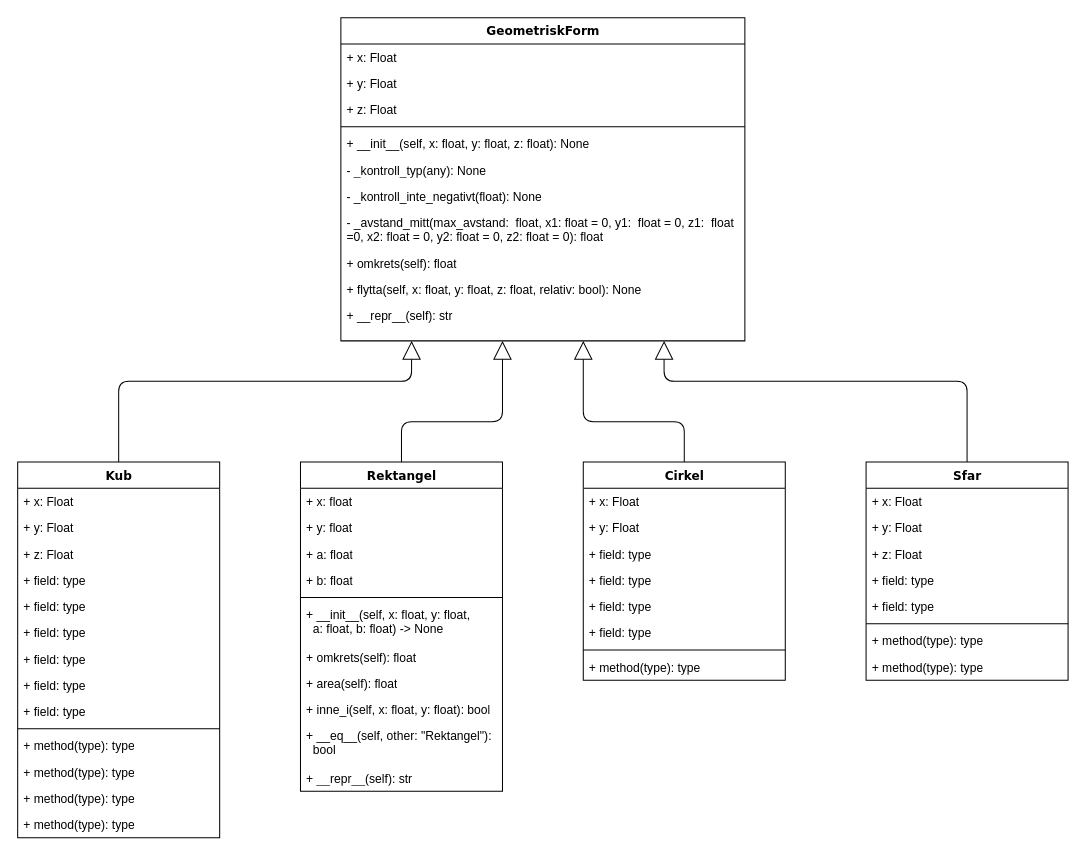
The draw.io diagram Labs/Lab3/Untitled Diagram.drawio in Erik-M-Larsson/python-programming-Erik-Larsson, before the edit. Source tidied: cells renumbered, new cells numbered last; positions are measured from the earlier drawing's top-left corner, leaving out a move shared by most shapes. Both pictures are drawn from the tidied source at 101%, with x=0, y=0 at pixel (17, 17).
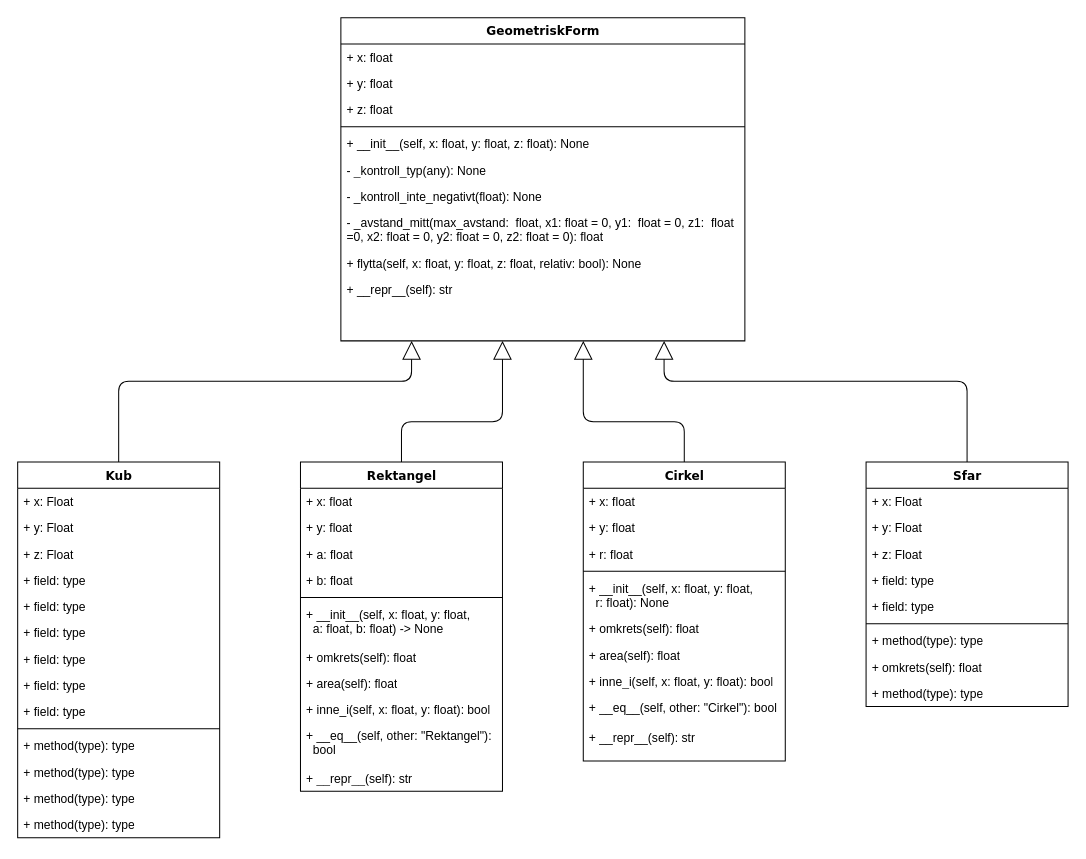
The same diagram, later.

Unchanged cells that the change refers to:
```xml
<mxCell id="2" value="GeometriskForm" style="swimlane;html=1;fontStyle=1;align=center;verticalAlign=top;horizontal=1;startSize=26;swimlaneFillColor=#ffffff;rounded=0;shadow=0;comic=0;labelBackgroundColor=none;strokeWidth=1;fillColor=none;fontFamily=Verdana;fontSize=12;" parent="1" vertex="1">
  <mxGeometry x="320" width="400" height="320" as="geometry" />
</mxCell>
```

Change to the diagram source:
```diff
@@
-    <mxCell id="3" value="+ x: Float" style="text;html=1;strokeColor=none;fillColor=none;align=left;verticalAlign=top;spacingLeft=4;spacingRight=4;whiteSpace=wrap;overflow=hidden;" parent="2" vertex="1">
+    <mxCell id="3" value="+ x: float" style="text;html=1;strokeColor=none;fillColor=none;align=left;verticalAlign=top;spacingLeft=4;spacingRight=4;whiteSpace=wrap;overflow=hidden;" parent="2" vertex="1">
       <mxGeometry y="26" width="400" height="26" as="geometry" />
     </mxCell>
-    <mxCell id="4" value="+ y: Float" style="text;html=1;strokeColor=none;fillColor=none;align=left;verticalAlign=top;spacingLeft=4;spacingRight=4;whiteSpace=wrap;overflow=hidden;" parent="2" vertex="1">
+    <mxCell id="4" value="+ y: float" style="text;html=1;strokeColor=none;fillColor=none;align=left;verticalAlign=top;spacingLeft=4;spacingRight=4;whiteSpace=wrap;overflow=hidden;" parent="2" vertex="1">
       <mxGeometry y="52" width="400" height="26" as="geometry" />
     </mxCell>
-    <mxCell id="5" value="+ z: Float" style="text;html=1;strokeColor=none;fillColor=none;align=left;verticalAlign=top;spacingLeft=4;spacingRight=4;whiteSpace=wrap;overflow=hidden;" parent="2" vertex="1">
+    <mxCell id="5" value="+ z: float" style="text;html=1;strokeColor=none;fillColor=none;align=left;verticalAlign=top;spacingLeft=4;spacingRight=4;whiteSpace=wrap;overflow=hidden;" parent="2" vertex="1">
       <mxGeometry y="78" width="400" height="26" as="geometry" />
     </mxCell>
@@
-    <mxCell id="11" value="+ omkrets(self): float" style="text;html=1;strokeColor=none;fillColor=none;align=left;verticalAlign=top;spacingLeft=4;spacingRight=4;whiteSpace=wrap;overflow=hidden;" parent="2" vertex="1">
-      <mxGeometry y="230" width="400" height="26" as="geometry" />
-    </mxCell>
     <mxCell id="12" value="+ flytta(self, x: float, y: float, z: float, relativ: bool): None" style="text;html=1;strokeColor=none;fillColor=none;align=left;verticalAlign=top;spacingLeft=4;spacingRight=4;whiteSpace=wrap;overflow=hidden;" parent="2" vertex="1">
-      <mxGeometry y="256" width="400" height="26" as="geometry" />
+      <mxGeometry y="230" width="400" height="26" as="geometry" />
     </mxCell>
     <mxCell id="13" value="+ __repr__(self): str" style="text;html=1;strokeColor=none;fillColor=none;align=left;verticalAlign=top;spacingLeft=4;spacingRight=4;whiteSpace=wrap;overflow=hidden;" parent="2" vertex="1">
-      <mxGeometry y="282" width="400" height="26" as="geometry" />
+      <mxGeometry y="256" width="400" height="26" as="geometry" />
     </mxCell>
@@
     <mxCell id="43" value="Cirkel" style="swimlane;html=1;fontStyle=1;align=center;verticalAlign=top;horizontal=1;startSize=26;swimlaneFillColor=#ffffff;rounded=0;shadow=0;comic=0;labelBackgroundColor=none;strokeWidth=1;fillColor=none;fontFamily=Verdana;fontSize=12;" parent="1" vertex="1">
-      <mxGeometry x="560" y="440" width="200" height="216" as="geometry" />
+      <mxGeometry x="560" y="440" width="200" height="296" as="geometry" />
     </mxCell>
-    <mxCell id="44" value="+ x: Float" style="text;html=1;strokeColor=none;fillColor=none;align=left;verticalAlign=top;spacingLeft=4;spacingRight=4;whiteSpace=wrap;overflow=hidden;" parent="43" vertex="1">
+    <mxCell id="44" value="+ x: float" style="text;html=1;strokeColor=none;fillColor=none;align=left;verticalAlign=top;spacingLeft=4;spacingRight=4;whiteSpace=wrap;overflow=hidden;" parent="43" vertex="1">
       <mxGeometry y="26" width="200" height="26" as="geometry" />
     </mxCell>
-    <mxCell id="45" value="+ y: Float" style="text;html=1;strokeColor=none;fillColor=none;align=left;verticalAlign=top;spacingLeft=4;spacingRight=4;whiteSpace=wrap;overflow=hidden;" parent="43" vertex="1">
+    <mxCell id="45" value="+ y: float" style="text;html=1;strokeColor=none;fillColor=none;align=left;verticalAlign=top;spacingLeft=4;spacingRight=4;whiteSpace=wrap;overflow=hidden;" parent="43" vertex="1">
       <mxGeometry y="52" width="200" height="26" as="geometry" />
     </mxCell>
-    <mxCell id="46" value="+ field: type" style="text;html=1;strokeColor=none;fillColor=none;align=left;verticalAlign=top;spacingLeft=4;spacingRight=4;whiteSpace=wrap;overflow=hidden;" parent="43" vertex="1">
+    <mxCell id="46" value="+ r: float" style="text;html=1;strokeColor=none;fillColor=none;align=left;verticalAlign=top;spacingLeft=4;spacingRight=4;whiteSpace=wrap;overflow=hidden;" parent="43" vertex="1">
       <mxGeometry y="78" width="200" height="26" as="geometry" />
     </mxCell>
-    <mxCell id="47" value="+ field: type" style="text;html=1;strokeColor=none;fillColor=none;align=left;verticalAlign=top;spacingLeft=4;spacingRight=4;whiteSpace=wrap;overflow=hidden;" parent="43" vertex="1">
-      <mxGeometry y="104" width="200" height="26" as="geometry" />
-    </mxCell>
-    <mxCell id="48" value="+ field: type" style="text;html=1;strokeColor=none;fillColor=none;align=left;verticalAlign=top;spacingLeft=4;spacingRight=4;whiteSpace=wrap;overflow=hidden;" parent="43" vertex="1">
-      <mxGeometry y="130" width="200" height="26" as="geometry" />
-    </mxCell>
-    <mxCell id="49" value="+ field: type" style="text;html=1;strokeColor=none;fillColor=none;align=left;verticalAlign=top;spacingLeft=4;spacingRight=4;whiteSpace=wrap;overflow=hidden;" parent="43" vertex="1">
-      <mxGeometry y="156" width="200" height="26" as="geometry" />
-    </mxCell>
     <mxCell id="50" style="line;html=1;strokeWidth=1;fillColor=none;align=left;verticalAlign=middle;spacingTop=-1;spacingLeft=3;spacingRight=3;labelPosition=right;" parent="43" vertex="1">
-      <mxGeometry y="182" width="200" height="8" as="geometry" />
+      <mxGeometry y="104" width="200" height="8" as="geometry" />
     </mxCell>
-    <mxCell id="51" value="+ method(type): type" style="text;html=1;strokeColor=none;fillColor=none;align=left;verticalAlign=top;spacingLeft=4;spacingRight=4;whiteSpace=wrap;overflow=hidden;" parent="43" vertex="1">
-      <mxGeometry y="190" width="200" height="26" as="geometry" />
+    <mxCell id="51" value="+ __init__(self, x: float, y: float, &lt;br&gt;&lt;span style=&quot;white-space: pre&quot;&gt; &lt;/span&gt;&lt;span style=&quot;white-space: pre&quot;&gt; &lt;/span&gt;r: float): None" style="text;html=1;strokeColor=none;fillColor=none;align=left;verticalAlign=top;spacingLeft=4;spacingRight=4;whiteSpace=wrap;overflow=hidden;" parent="43" vertex="1">
+      <mxGeometry y="112" width="200" height="40" as="geometry" />
     </mxCell>
+    <mxCell id="63" value="+ omkrets(self): float" style="text;html=1;strokeColor=none;fillColor=none;align=left;verticalAlign=top;spacingLeft=4;spacingRight=4;whiteSpace=wrap;overflow=hidden;" parent="43" vertex="1">
+      <mxGeometry y="152" width="200" height="26" as="geometry" />
+    </mxCell>
+    <mxCell id="64" value="+&amp;nbsp;area(self): float" style="text;html=1;strokeColor=none;fillColor=none;align=left;verticalAlign=top;spacingLeft=4;spacingRight=4;whiteSpace=wrap;overflow=hidden;" parent="43" vertex="1">
+      <mxGeometry y="178" width="200" height="26" as="geometry" />
+    </mxCell>
+    <mxCell id="65" value="+&amp;nbsp;inne_i(self, x: float, y: float): bool" style="text;html=1;strokeColor=none;fillColor=none;align=left;verticalAlign=top;spacingLeft=4;spacingRight=4;whiteSpace=wrap;overflow=hidden;" parent="43" vertex="1">
+      <mxGeometry y="204" width="200" height="26" as="geometry" />
+    </mxCell>
+    <mxCell id="66" value="+&amp;nbsp;__eq__(self,&amp;nbsp;other: &quot;Cirkel&quot;): bool" style="text;html=1;strokeColor=none;fillColor=none;align=left;verticalAlign=top;spacingLeft=4;spacingRight=4;whiteSpace=wrap;overflow=hidden;" parent="43" vertex="1">
+      <mxGeometry y="230" width="200" height="30" as="geometry" />
+    </mxCell>
+    <mxCell id="67" value="+&amp;nbsp;__repr__(self): str" style="text;html=1;strokeColor=none;fillColor=none;align=left;verticalAlign=top;spacingLeft=4;spacingRight=4;whiteSpace=wrap;overflow=hidden;" parent="43" vertex="1">
+      <mxGeometry y="260" width="200" height="26" as="geometry" />
+    </mxCell>
@@
     <mxCell id="53" value="Sfar" style="swimlane;html=1;fontStyle=1;align=center;verticalAlign=top;horizontal=1;startSize=26;swimlaneFillColor=#ffffff;rounded=0;shadow=0;comic=0;labelBackgroundColor=none;strokeWidth=1;fillColor=none;fontFamily=Verdana;fontSize=12;" parent="1" vertex="1">
-      <mxGeometry x="840" y="440" width="200" height="216" as="geometry" />
+      <mxGeometry x="840" y="440" width="200" height="242" as="geometry" />
     </mxCell>
@@
+    <mxCell id="68" value="+ omkrets(self): float" style="text;html=1;strokeColor=none;fillColor=none;align=left;verticalAlign=top;spacingLeft=4;spacingRight=4;whiteSpace=wrap;overflow=hidden;" parent="53" vertex="1">
+      <mxGeometry y="190" width="200" height="26" as="geometry" />
+    </mxCell>
     <mxCell id="61" value="+ method(type): type" style="text;html=1;strokeColor=none;fillColor=none;align=left;verticalAlign=top;spacingLeft=4;spacingRight=4;whiteSpace=wrap;overflow=hidden;" parent="53" vertex="1">
-      <mxGeometry y="190" width="200" height="26" as="geometry" />
+      <mxGeometry y="216" width="200" height="26" as="geometry" />
     </mxCell>
```
